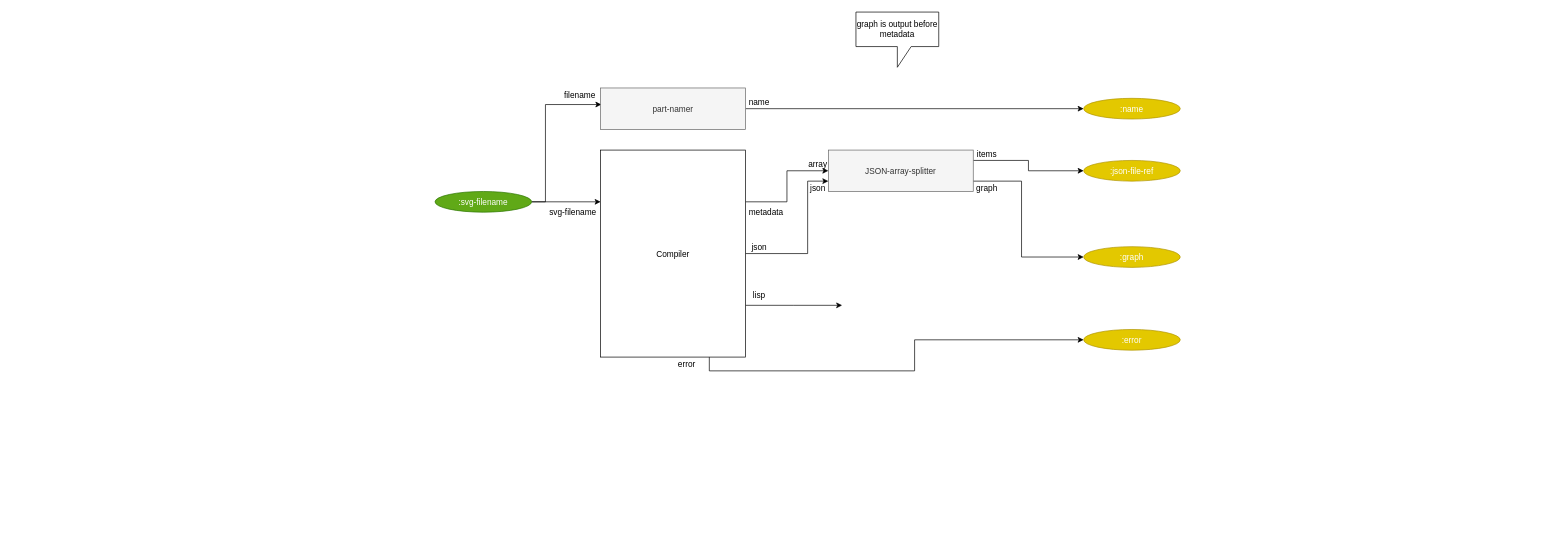
This is page "3. compile-single-diagram" (4 of 5) of build_process/cl-build/build.drawio from bmfbp/bmfbp, a draw.io file, before an edit. Source tidied: cells renumbered, new cells numbered last; positions are measured from the earlier drawing's top-left corner, leaving out a move shared by most shapes. Both pictures are drawn from the tidied source at 69%, with x=0, y=0 at pixel (435, 12).
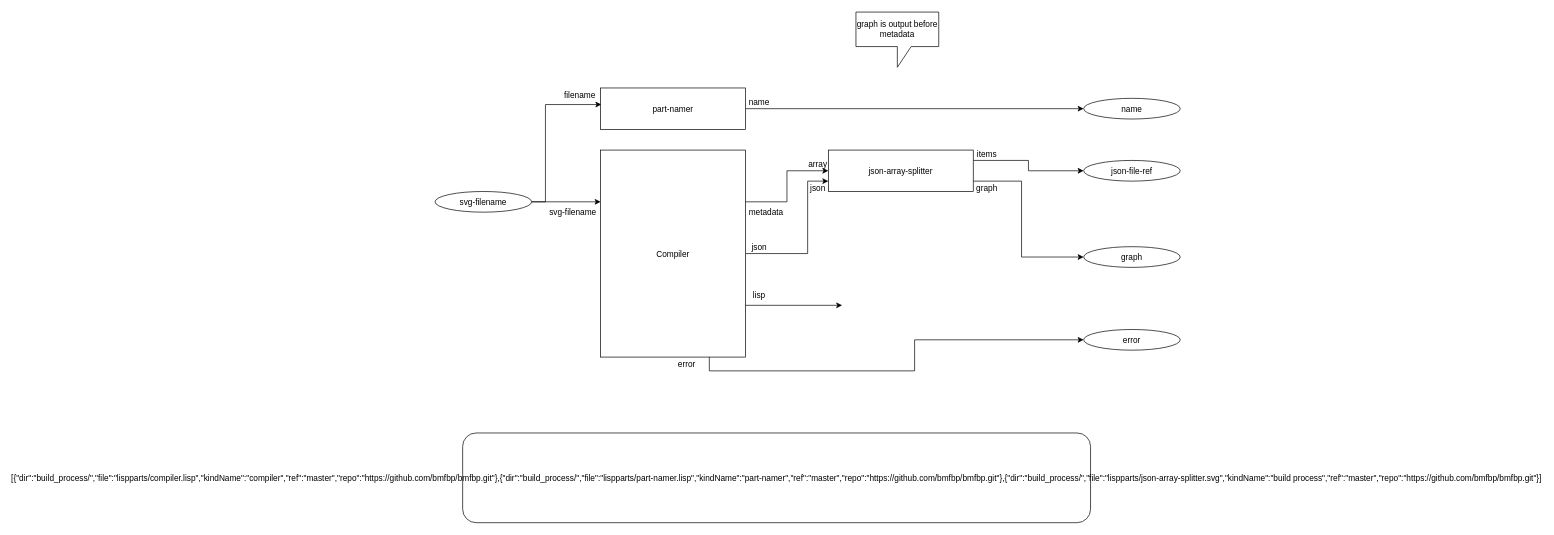
After the change.

What changed in the source:
```diff
@@
-    <mxCell id="9" value=":svg-filename" style="ellipse;fillColor=#60a917;strokeColor=#2D7600;fontColor=#ffffff;" parent="1" vertex="1">
+    <mxCell id="9" value="svg-filename" style="ellipse;" parent="1" vertex="1">
       <mxGeometry y="260" width="140" height="30" as="geometry" />
     </mxCell>
@@
-    <mxCell id="11" value="part-namer" style="rounded=0;strokeColor=#666666;align=center;fillColor=#f5f5f5;fontColor=#333333;" parent="1" vertex="1">
+    <mxCell id="11" value="part-namer" style="rounded=0;align=center;" parent="1" vertex="1">
       <mxGeometry x="240" y="110" width="210" height="60" as="geometry" />
     </mxCell>
-    <mxCell id="12" value=":name" style="ellipse;fillColor=#e3c800;strokeColor=#B09500;fontColor=#ffffff;" parent="1" vertex="1">
+    <mxCell id="12" value="name" style="ellipse;" parent="1" vertex="1">
       <mxGeometry x="940" y="125" width="140" height="30" as="geometry" />
     </mxCell>
@@
-    <mxCell id="15" value="JSON-array-splitter" style="rounded=0;strokeColor=#666666;align=center;fillColor=#f5f5f5;fontColor=#333333;" parent="1" vertex="1">
+    <mxCell id="15" value="json-array-splitter" style="rounded=0;align=center;" parent="1" vertex="1">
       <mxGeometry x="570" y="200" width="210" height="60" as="geometry" />
     </mxCell>
-    <mxCell id="16" value=":json-file-ref" style="ellipse;fillColor=#e3c800;strokeColor=#B09500;fontColor=#ffffff;" parent="1" vertex="1">
+    <mxCell id="16" value="json-file-ref" style="ellipse;" parent="1" vertex="1">
       <mxGeometry x="940" y="215" width="140" height="30" as="geometry" />
     </mxCell>
-    <mxCell id="17" value=":graph" style="ellipse;fillColor=#e3c800;strokeColor=#B09500;fontColor=#ffffff;" parent="1" vertex="1">
+    <mxCell id="17" value="graph" style="ellipse;" parent="1" vertex="1">
       <mxGeometry x="940" y="340" width="140" height="30" as="geometry" />
     </mxCell>
-    <mxCell id="18" value=":error" style="ellipse;fillColor=#e3c800;strokeColor=#B09500;fontColor=#ffffff;" parent="1" vertex="1">
+    <mxCell id="18" value="error" style="ellipse;" parent="1" vertex="1">
       <mxGeometry x="940" y="460" width="140" height="30" as="geometry" />
     </mxCell>
@@
+    <mxCell id="31" value="[{&quot;dir&quot;:&quot;build_process/&quot;,&quot;file&quot;:&quot;lispparts/compiler.lisp&quot;,&quot;kindName&quot;:&quot;compiler&quot;,&quot;ref&quot;:&quot;master&quot;,&quot;repo&quot;:&quot;https://github.com/bmfbp/bmfbp.git&quot;},{&quot;dir&quot;:&quot;build_process/&quot;,&quot;file&quot;:&quot;lispparts/part-namer.lisp&quot;,&quot;kindName&quot;:&quot;part-namer&quot;,&quot;ref&quot;:&quot;master&quot;,&quot;repo&quot;:&quot;https://github.com/bmfbp/bmfbp.git&quot;},{&quot;dir&quot;:&quot;build_process/&quot;,&quot;file&quot;:&quot;lispparts/json-array-splitter.svg&quot;,&quot;kindName&quot;:&quot;build process&quot;,&quot;ref&quot;:&quot;master&quot;,&quot;repo&quot;:&quot;https://github.com/bmfbp/bmfbp.git&quot;}]" style="rounded=1;" parent="1" vertex="1">
+      <mxGeometry x="40" y="610" width="910" height="130" as="geometry" />
+    </mxCell>
```
